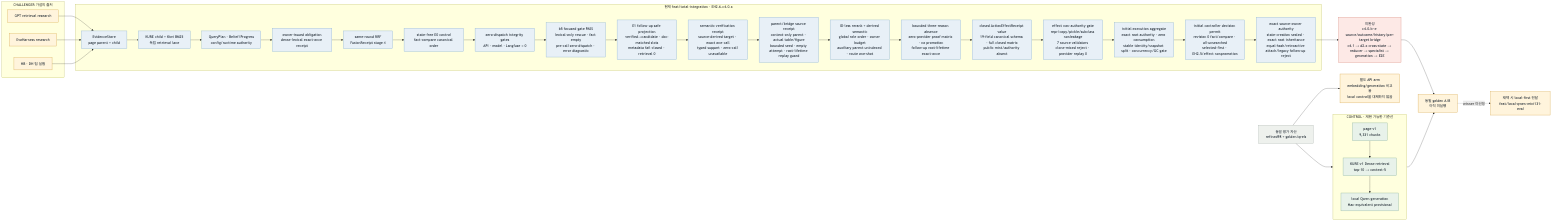
This is fivecircles/architecture/specs/evidence-harness-progress-current-flow.png from KongSeok/sprint-public-procurement-rag-assistant, a Mermaid export, as it was before one commit. Its source is kept beside it as fivecircles/architecture/specs/evidence-harness-progress-current-flow.mmd.
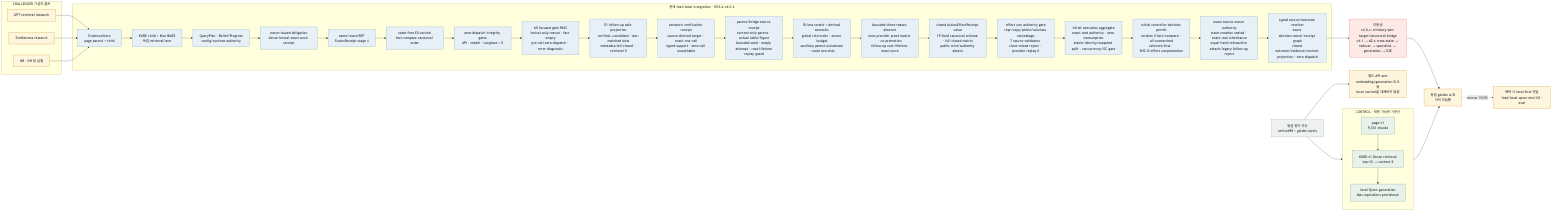
After the change.

Commit message:
feat(harness): resolve typed controller sources

Change to the diagram source:
```diff
@@ -16,7 +16,7 @@
     R3["HB · DH 팀 실험"]
   end
 
-  subgraph BUILD["현재 feat/total-integration · EH2.6.c4.0.a"]
+  subgraph BUILD["현재 feat/total-integration · EH2.6.c4.0.b"]
     C1["EvidenceStore<br/>page parent + child"]
     C2["KURE child + Kiwi BM25<br/>독립 retrieval lane"]
     C3["QueryPlan · Belief/Progress<br/>config/runtime authority"]
@@ -35,10 +35,11 @@
     C16["initial execution aggregate<br/>exact root authority · zero consumption<br/>stable identity/snapshot split · concurrency/GC gate"]
     C17["initial controller decision permit<br/>revision 0 fact/compare · all-unsearched<br/>selected-first · EH2.5/effect nonpromotion"]
     C18["exact source-owner authority<br/>state-creation sealed · exact root inheritance<br/>equal-hash/retroactive attach/legacy follow-up reject"]
-    C1 --> C2 --> C3 --> C4 --> C5 --> C6 --> C7 --> C8 --> C9 --> C10 --> C11 --> C12 --> C13 --> C14 --> C15 --> C16 --> C17 --> C18
+    C19["typed source/outcome resolver<br/>exact decision·owner·receipt graph<br/>closed outcome/evidence/context projection · zero dispatch"]
+    C1 --> C2 --> C3 --> C4 --> C5 --> C6 --> C7 --> C8 --> C9 --> C10 --> C11 --> C12 --> C13 --> C14 --> C15 --> C16 --> C17 --> C18 --> C19
   end
 
-  GAP["미완성<br/>c4.0.b~e source/outcome/history/per-target bridge<br/>c4.1 → d2.x cross-state → reducer → specialist → generation → E2E"]
+  GAP["미완성<br/>c4.0.c~e history/per-target/structural bridge<br/>c4.1 → d2.x cross-state → reducer → specialist → generation → E2E"]
   SELECT["동일 golden A/B<br/>아직 미실행"]
   LOCAL["채택 시 local-first 전달<br/>feat/local-qwen-mini131-eval"]
 
@@ -47,7 +48,7 @@
   R1 --> C1
   R2 --> C1
   R3 --> C1
-  C18 --> GAP --> SELECT
+  C19 --> GAP --> SELECT
   CONTROL --> SELECT
   SELECT -. "winner 미선정" .-> LOCAL
 
@@ -57,7 +58,7 @@
   classDef red fill:#fde9e6,stroke:#d98e84,color:#1f2933,stroke-width:1.5px
   classDef gray fill:#eef1ed,stroke:#aab5ad,color:#1f2933,stroke-width:1.5px
   class B1,B2,B3 green
-  class C1,C2,C3,C4,C5,C6,C7,C8,C9,C10,C11,C12,C13,C14,C15,C16,C17,C18 blue
+  class C1,C2,C3,C4,C5,C6,C7,C8,C9,C10,C11,C12,C13,C14,C15,C16,C17,C18,C19 blue
   class GOLD gray
   class R1,R2,R3,API amber
   class GAP red
```
